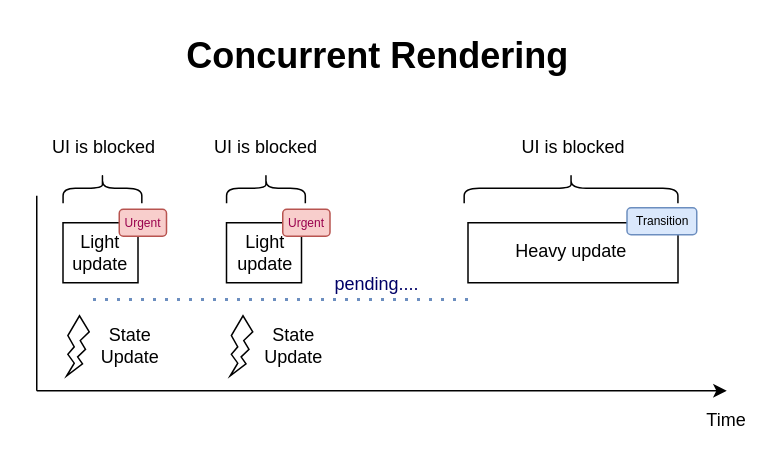
Before: page "Concurrent Rendering Mode" (2 of 2) of content/posts/137-react-usetransition/diagrams/diagram.drawio in panzerdp/dmitripavlutin.com, a draw.io diagram. Source tidied: cells renumbered, new cells numbered last; positions are measured from the earlier drawing's top-left corner, leaving out a move shared by most shapes. Both pictures are drawn from the tidied source at 150%, with x=0, y=0 at pixel (28, 26).
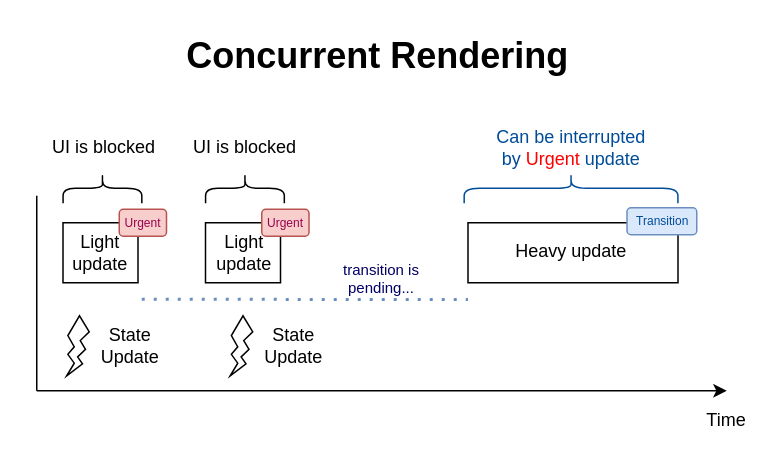
The same page after the edit.

Change to the diagram source:
```diff
@@
-    <mxCell id="12" style="shape=curlyBracket;whiteSpace=wrap;html=1;rounded=1;rotation=90;" parent="1" vertex="1">
+    <mxCell id="12" style="shape=curlyBracket;whiteSpace=wrap;html=1;rounded=1;rotation=90;fillColor=#CCCCCC;fontColor=#004C99;strokeColor=#004C99;" parent="1" vertex="1">
       <mxGeometry x="351.2" y="36.8" width="20" height="142.5" as="geometry" />
     </mxCell>
-    <mxCell id="13" value="UI is blocked" style="text;html=1;strokeColor=none;fillColor=none;align=center;verticalAlign=middle;whiteSpace=wrap;rounded=0;" parent="1" vertex="1">
-      <mxGeometry x="312.5" y="71" width="100" height="20" as="geometry" />
+    <mxCell id="13" value="Can be interrupted&lt;br&gt;by &lt;font color=&quot;#ff0000&quot;&gt;Urgent&lt;/font&gt; update" style="text;html=1;align=center;verticalAlign=middle;whiteSpace=wrap;rounded=0;fontColor=#004C99;" parent="1" vertex="1">
+      <mxGeometry x="300" y="71" width="122.5" height="20" as="geometry" />
     </mxCell>
     <mxCell id="14" style="rounded=0;whiteSpace=wrap;html=1;" parent="1" vertex="1">
-      <mxGeometry x="131.5" y="131" width="50" height="40" as="geometry" />
+      <mxGeometry x="117.5" y="131" width="50" height="40" as="geometry" />
     </mxCell>
@@
     <mxCell id="17" style="shape=curlyBracket;whiteSpace=wrap;html=1;rounded=1;rotation=90;" parent="1" vertex="1">
-      <mxGeometry x="147.8" y="81.8" width="20" height="52.5" as="geometry" />
+      <mxGeometry x="133.8" y="81.8" width="20" height="52.5" as="geometry" />
     </mxCell>
     <mxCell id="18" value="UI is blocked" style="text;html=1;strokeColor=none;fillColor=none;align=center;verticalAlign=middle;whiteSpace=wrap;rounded=0;" parent="1" vertex="1">
-      <mxGeometry x="107.5" y="71" width="100" height="20" as="geometry" />
+      <mxGeometry x="93.5" y="71" width="100" height="20" as="geometry" />
     </mxCell>
     <mxCell id="19" style="endArrow=none;dashed=1;html=1;dashPattern=1 3;strokeWidth=2;fontColor=#3333FF;fillColor=#dae8fc;strokeColor=#6c8ebf;" parent="1" edge="1">
       <mxGeometry relative="1" as="geometry">
-        <mxPoint x="42.5" y="182.2" as="sourcePoint" />
+        <mxPoint x="75" y="182" as="sourcePoint" />
         <mxPoint x="292.5" y="182.2" as="targetPoint" />
       </mxGeometry>
     </mxCell>
-    <mxCell id="20" value="pending...." style="text;html=1;strokeColor=none;fillColor=none;align=center;verticalAlign=middle;whiteSpace=wrap;rounded=0;fontColor=#000066;" parent="1" vertex="1">
-      <mxGeometry x="181.5" y="162.2" width="100" height="20" as="geometry" />
+    <mxCell id="20" value="transition is&lt;br style=&quot;font-size: 10px;&quot;&gt;pending..." style="text;html=1;strokeColor=none;fillColor=none;align=center;verticalAlign=middle;whiteSpace=wrap;rounded=0;fontColor=#000066;fontSize=10;" parent="1" vertex="1">
+      <mxGeometry x="184.5" y="158" width="100" height="20" as="geometry" />
     </mxCell>
     <mxCell id="21" value="Urgent" style="text;html=1;strokeColor=#b85450;fillColor=#f8cecc;align=center;verticalAlign=middle;whiteSpace=wrap;rounded=1;fontColor=#99004D;fontSize=8;" parent="1" vertex="1">
-      <mxGeometry x="169" y="122" width="31.5" height="18" as="geometry" />
+      <mxGeometry x="155" y="122" width="31.5" height="18" as="geometry" />
     </mxCell>
@@
-    <mxCell id="23" value="Transition" style="text;html=1;strokeColor=#6c8ebf;fillColor=#dae8fc;align=center;verticalAlign=middle;whiteSpace=wrap;rounded=1;fontSize=8;" parent="1" vertex="1">
+    <mxCell id="23" value="Transition" style="text;html=1;strokeColor=#6c8ebf;fillColor=#dae8fc;align=center;verticalAlign=middle;whiteSpace=wrap;rounded=1;fontSize=8;fontColor=#004C99;" parent="1" vertex="1">
       <mxGeometry x="398.5" y="121" width="46.5" height="18" as="geometry" />
     </mxCell>
@@
     <mxCell id="26" value="Light update" style="text;html=1;strokeColor=none;fillColor=none;align=center;verticalAlign=middle;whiteSpace=wrap;rounded=0;" parent="1" vertex="1">
-      <mxGeometry x="124.5" y="141.2" width="65" height="20" as="geometry" />
+      <mxGeometry x="110.5" y="141.2" width="65" height="20" as="geometry" />
     </mxCell>
```
